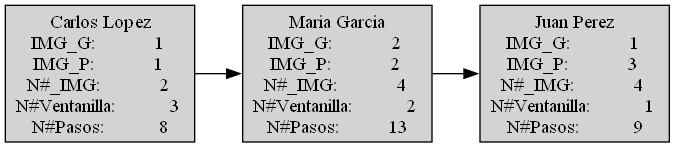
Earlier version of the Graphviz export Proyecto/topmenores.dot.png (Serrano18/EDD_PROYECTO_202201989). Its source is kept beside it as Proyecto/topmenores.dot. The source it was exported from:
```dot
 digraph colac {
     node [shape=box, style=filled];
 rankdir = LR;
      "Node           1 " [label="Carlos Lopez\nIMG_G:            1 \nIMG_P:            1 \nN#_IMG:            2 \nN#Ventanilla:           3 \n N#Pasos:           8 ", shape=box];
     "Node           1 " -> "Node           2 ";
      "Node           2 " [label="Maria Garcia\nIMG_G:            2 \nIMG_P:            2 \nN#_IMG:            4 \nN#Ventanilla:           2 \n N#Pasos:          13 ", shape=box];
     "Node           2 " -> "Node           3 ";
      "Node           3 " [label="Juan Perez\nIMG_G:            1 \nIMG_P:            3 \nN#_IMG:            4 \nN#Ventanilla:           1 \n N#Pasos:           9 ", shape=box];
 }
```
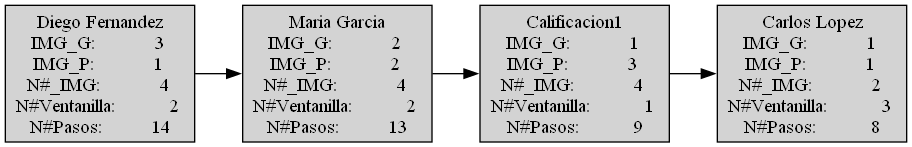
After the commit.

What changed in the source:
```diff
@@ -1,9 +1,11 @@
  digraph colac {
      node [shape=box, style=filled];
  rankdir = LR;
-      "Node           1 " [label="Carlos Lopez\nIMG_G:            1 \nIMG_P:            1 \nN#_IMG:            2 \nN#Ventanilla:           3 \n N#Pasos:           8 ", shape=box];
+      "Node           1 " [label="Diego Fernandez\nIMG_G:            3 \nIMG_P:            1 \nN#_IMG:            4 \nN#Ventanilla:           2 \n N#Pasos:          14 ", shape=box];
      "Node           1 " -> "Node           2 ";
       "Node           2 " [label="Maria Garcia\nIMG_G:            2 \nIMG_P:            2 \nN#_IMG:            4 \nN#Ventanilla:           2 \n N#Pasos:          13 ", shape=box];
      "Node           2 " -> "Node           3 ";
-      "Node           3 " [label="Juan Perez\nIMG_G:            1 \nIMG_P:            3 \nN#_IMG:            4 \nN#Ventanilla:           1 \n N#Pasos:           9 ", shape=box];
+      "Node           3 " [label="Calificacion1\nIMG_G:            1 \nIMG_P:            3 \nN#_IMG:            4 \nN#Ventanilla:           1 \n N#Pasos:           9 ", shape=box];
+     "Node           3 " -> "Node           4 ";
+      "Node           4 " [label="Carlos Lopez\nIMG_G:            1 \nIMG_P:            1 \nN#_IMG:            2 \nN#Ventanilla:           3 \n N#Pasos:           8 ", shape=box];
  }
```
